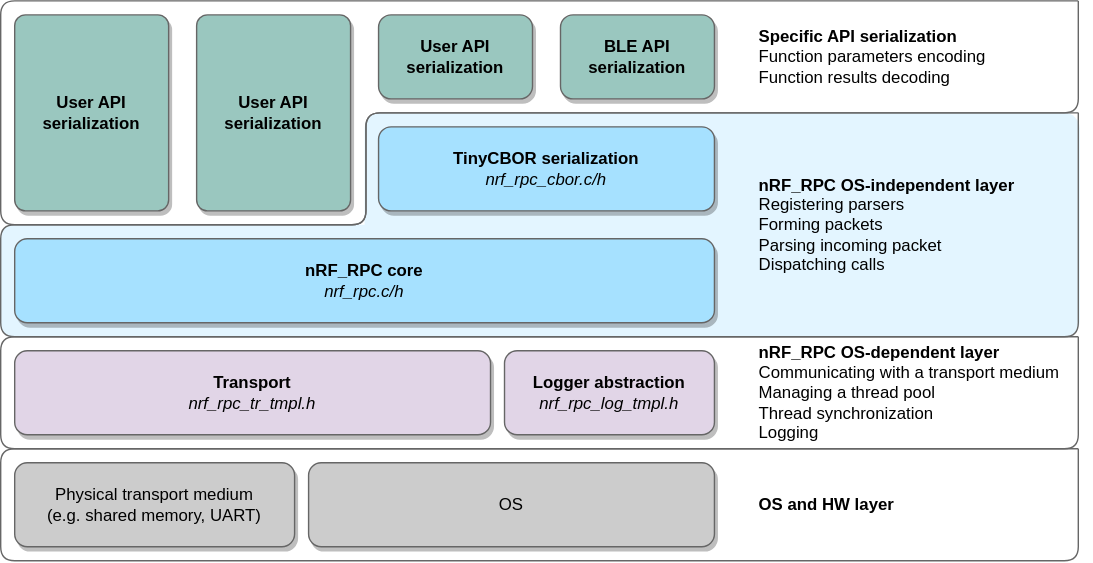
Above: nrf_rpc/doc/img/layers.svg in doki-nordic/nrfxlib-1 (draw.io), before the change. Source tidied: cells renumbered, new cells last; positions are measured from the earlier drawing's top-left corner, leaving out a move shared by most shapes.
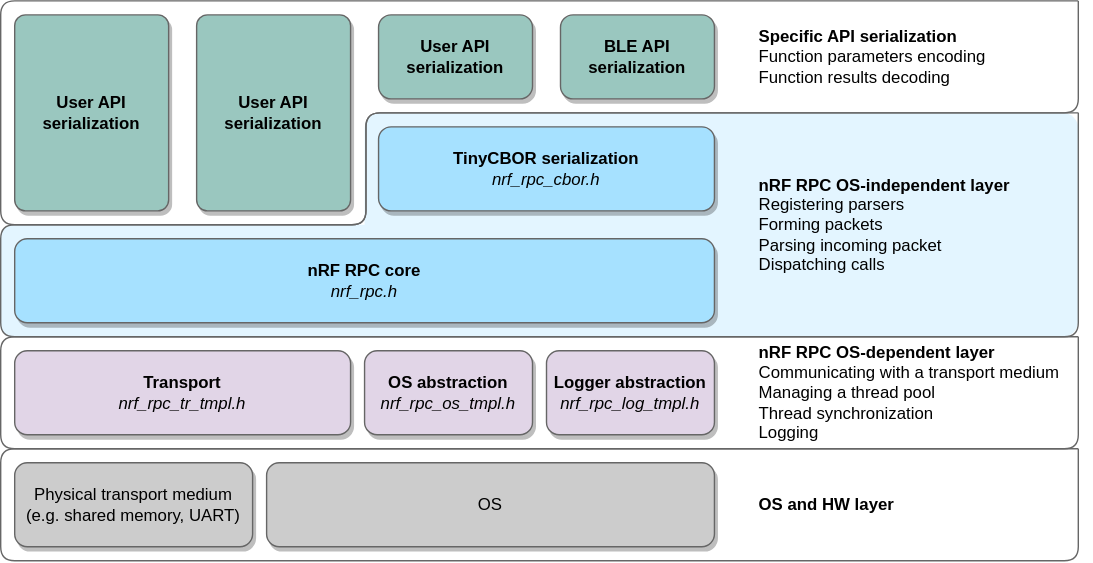
The same diagram one commit later.

What changed in the source:
```diff
@@ -6,24 +6,24 @@
       <mxGeometry y="160" width="331" height="80" as="geometry" />
     </mxCell>
     <mxCell id="3" style="rounded=1;whiteSpace=wrap;html=1;shadow=0;glass=0;comic=0;strokeColor=none;fillColor=#E3F5FF;gradientColor=none;arcSize=7;" parent="1" vertex="1">
-      <mxGeometry x="260" y="80" width="511" height="160" as="geometry" />
+      <mxGeometry x="260" y="80" width="510" height="160" as="geometry" />
     </mxCell>
     <mxCell id="4" value="&lt;b&gt;Transport&lt;/b&gt;&lt;br&gt;&lt;i&gt;nrf_rpc_tr_tmpl.h&lt;/i&gt;" style="rounded=1;whiteSpace=wrap;html=1;shadow=1;strokeColor=#666666;fillColor=#E1D5E7;" parent="1" vertex="1">
-      <mxGeometry x="10" y="250" width="340" height="60" as="geometry" />
+      <mxGeometry x="10" y="250" width="240" height="60" as="geometry" />
     </mxCell>
     <mxCell id="5" value="Physical transport medium&lt;br&gt;(e.g. shared memory, UART)" style="rounded=1;whiteSpace=wrap;html=1;fillColor=#CCCCCC;shadow=1;strokeColor=#666666;" parent="1" vertex="1">
-      <mxGeometry x="10" y="330" width="200" height="60" as="geometry" />
+      <mxGeometry x="10" y="330" width="170" height="60" as="geometry" />
     </mxCell>
-    <mxCell id="6" value="&lt;b&gt;nRF_RPC core&lt;/b&gt;&lt;br&gt;&lt;i&gt;nrf_rpc.c/h&lt;/i&gt;" style="rounded=1;whiteSpace=wrap;html=1;verticalAlign=middle;fillColor=#A6E1FF;shadow=1;strokeColor=#666666;" parent="1" vertex="1">
+    <mxCell id="6" value="&lt;b&gt;nRF RPC core&lt;/b&gt;&lt;br&gt;&lt;i&gt;nrf_rpc.h&lt;/i&gt;" style="rounded=1;whiteSpace=wrap;html=1;verticalAlign=middle;fillColor=#A6E1FF;shadow=1;strokeColor=#666666;" parent="1" vertex="1">
       <mxGeometry x="10" y="170" width="500" height="60" as="geometry" />
     </mxCell>
     <mxCell id="7" value="&lt;b&gt;Logger abstraction&lt;/b&gt;&lt;br&gt;&lt;i&gt;nrf_rpc_log_tmpl.h&lt;/i&gt;" style="rounded=1;whiteSpace=wrap;html=1;verticalAlign=middle;shadow=1;strokeColor=#666666;fillColor=#E1D5E7;" parent="1" vertex="1">
-      <mxGeometry x="360" y="250" width="150" height="60" as="geometry" />
+      <mxGeometry x="390" y="250" width="120" height="60" as="geometry" />
     </mxCell>
     <mxCell id="8" value="OS" style="rounded=1;whiteSpace=wrap;html=1;fillColor=#CCCCCC;shadow=1;strokeColor=#666666;" parent="1" vertex="1">
-      <mxGeometry x="220" y="330" width="290" height="60" as="geometry" />
+      <mxGeometry x="190" y="330" width="320" height="60" as="geometry" />
     </mxCell>
-    <mxCell id="9" value="&lt;b&gt;TinyCBOR serialization&lt;/b&gt;&lt;br&gt;&lt;i&gt;nrf_rpc_cbor.c/h&lt;/i&gt;" style="rounded=1;whiteSpace=wrap;html=1;verticalAlign=middle;fillColor=#A6E1FF;shadow=1;strokeColor=#666666;" parent="1" vertex="1">
+    <mxCell id="9" value="&lt;b&gt;TinyCBOR serialization&lt;/b&gt;&lt;br&gt;&lt;i&gt;nrf_rpc_cbor.h&lt;/i&gt;" style="rounded=1;whiteSpace=wrap;html=1;verticalAlign=middle;fillColor=#A6E1FF;shadow=1;strokeColor=#666666;" parent="1" vertex="1">
       <mxGeometry x="270" y="90" width="240" height="60" as="geometry" />
     </mxCell>
     <mxCell id="10" value="&lt;b&gt;User API&lt;br&gt;serialization&lt;br&gt;&lt;/b&gt;" style="rounded=1;whiteSpace=wrap;html=1;verticalAlign=middle;fillColor=#9AC7BF;shadow=1;strokeColor=#666666;" parent="1" vertex="1">
@@ -89,14 +89,17 @@
     <mxCell id="18" value="&lt;b&gt;OS and HW layer&lt;br&gt;&lt;/b&gt;" style="text;html=1;strokeColor=none;fillColor=none;align=left;verticalAlign=middle;whiteSpace=wrap;rounded=0;shadow=0;glass=0;comic=0;" parent="1" vertex="1">
       <mxGeometry x="540" y="330" width="200" height="60" as="geometry" />
     </mxCell>
-    <mxCell id="19" value="&lt;b&gt;nRF_RPC&amp;nbsp;OS-dependent layer&lt;/b&gt;&lt;br&gt;Communicating with a transport medium&lt;br&gt;Managing a thread pool&lt;br&gt;Thread synchronization&lt;br&gt;Logging" style="text;html=1;strokeColor=none;fillColor=none;align=left;verticalAlign=middle;whiteSpace=wrap;rounded=0;shadow=0;glass=0;comic=0;spacing=2;" parent="1" vertex="1">
+    <mxCell id="19" value="&lt;b&gt;nRF RPC&amp;nbsp;OS-dependent layer&lt;/b&gt;&lt;br&gt;Communicating with a transport medium&lt;br&gt;Managing a thread pool&lt;br&gt;Thread synchronization&lt;br&gt;Logging" style="text;html=1;strokeColor=none;fillColor=none;align=left;verticalAlign=middle;whiteSpace=wrap;rounded=0;shadow=0;glass=0;comic=0;spacing=2;" parent="1" vertex="1">
       <mxGeometry x="540" y="240" width="240" height="80" as="geometry" />
     </mxCell>
-    <mxCell id="20" value="&lt;b&gt;nRF_RPC OS-independent layer&lt;/b&gt;&lt;br&gt;Registering parsers&lt;br&gt;Forming packets&lt;br&gt;Parsing incoming packet&lt;br&gt;Dispatching calls" style="text;html=1;strokeColor=none;fillColor=none;align=left;verticalAlign=middle;whiteSpace=wrap;rounded=0;shadow=0;glass=0;comic=0;" parent="1" vertex="1">
+    <mxCell id="20" value="&lt;b&gt;nRF RPC OS-independent layer&lt;/b&gt;&lt;br&gt;Registering parsers&lt;br&gt;Forming packets&lt;br&gt;Parsing incoming packet&lt;br&gt;Dispatching calls" style="text;html=1;strokeColor=none;fillColor=none;align=left;verticalAlign=middle;whiteSpace=wrap;rounded=0;shadow=0;glass=0;comic=0;" parent="1" vertex="1">
       <mxGeometry x="540" y="90" width="200" height="140" as="geometry" />
     </mxCell>
     <mxCell id="21" value="&lt;b&gt;Specific API serialization&lt;/b&gt;&lt;br&gt;Function parameters encoding&lt;br&gt;Function results decoding" style="text;html=1;strokeColor=none;fillColor=none;align=left;verticalAlign=middle;whiteSpace=wrap;rounded=0;shadow=0;glass=0;comic=0;" parent="1" vertex="1">
       <mxGeometry x="540" y="10" width="200" height="60" as="geometry" />
     </mxCell>
+    <mxCell id="22" value="&lt;b&gt;OS abstraction&lt;/b&gt;&lt;br&gt;&lt;i&gt;nrf_rpc_os_tmpl.h&lt;/i&gt;" style="rounded=1;whiteSpace=wrap;html=1;verticalAlign=middle;shadow=1;strokeColor=#666666;fillColor=#E1D5E7;" parent="1" vertex="1">
+      <mxGeometry x="260" y="250" width="120" height="60" as="geometry" />
+    </mxCell>
   </root>
 </mxGraphModel>
```
